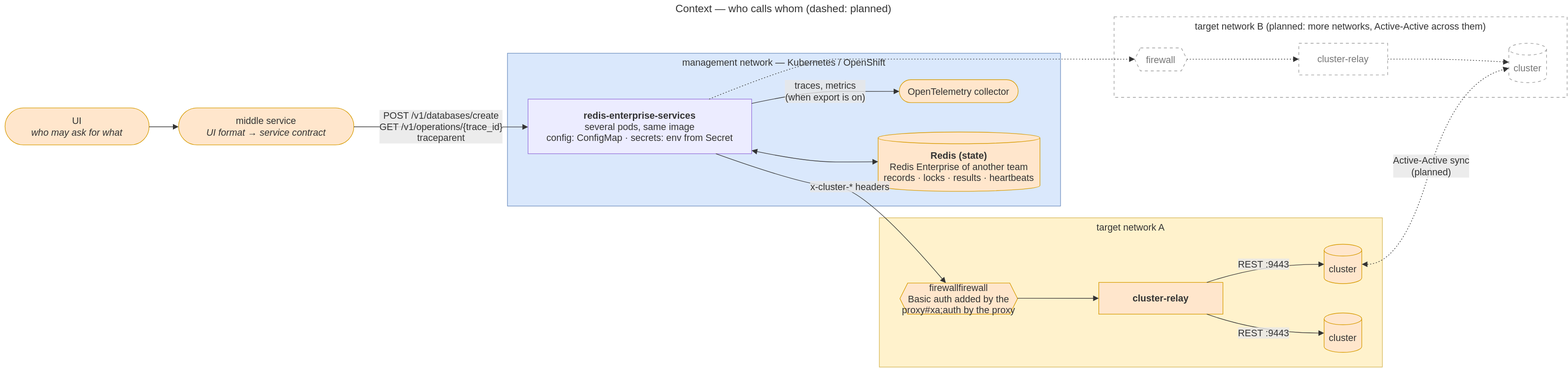
Above: docs/diagrams/02-context.drawio.svg in EliShteinman/redis-enterprise-services (draw.io), before the change. Source tidied: cells renumbered, new cells last; positions are measured from the earlier drawing's top-left corner, leaving out a move shared by most shapes.
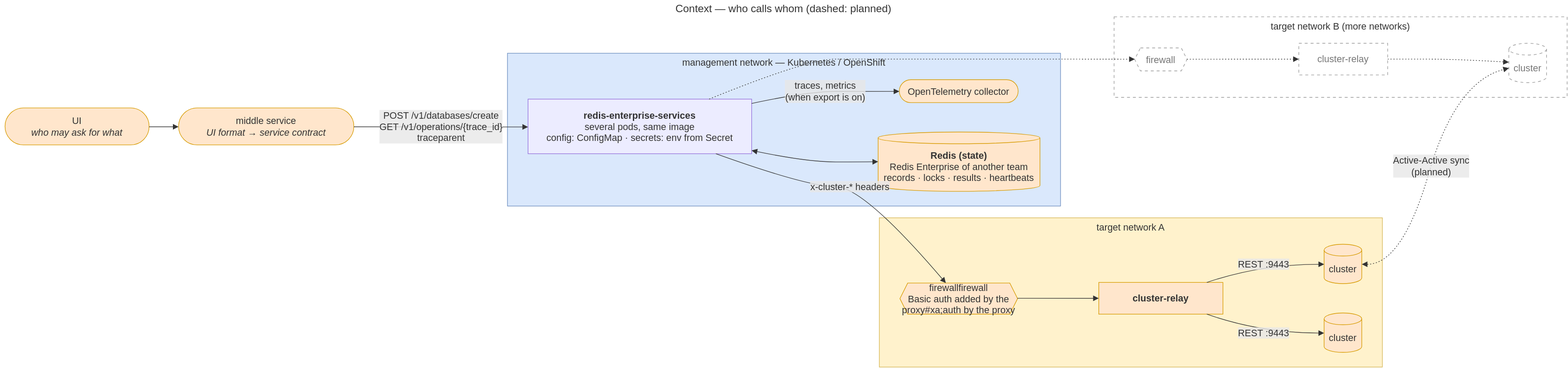
Later version of the same file.

Change to the diagram source:
```diff
@@ -62,7 +62,7 @@
         </Array>
       </mxGeometry>
     </mxCell>
-    <mxCell id="16" value="target network B (planned: more networks, Active-Active across them)" style="html=1;whiteSpace=wrap;strokeWidth=1;verticalAlign=top;fillColor=default;strokeColor=#999;fontColor=light-dark(#333333,#cccccc);fontFamily=Trebuchet MS,Verdana,Arial,sans-serif;fontSize=16;dashed=1;dashPattern=5 5;fixDash=1;" parent="1" vertex="1">
+    <mxCell id="16" value="target network B (more networks)" style="html=1;whiteSpace=wrap;strokeWidth=1;verticalAlign=top;fillColor=default;strokeColor=#999;fontColor=light-dark(#333333,#cccccc);fontFamily=Trebuchet MS,Verdana,Arial,sans-serif;fontSize=16;dashed=1;dashPattern=5 5;fixDash=1;" parent="1" vertex="1">
       <mxGeometry x="1893" y="28" width="770" height="137" as="geometry" />
     </mxCell>
     <mxCell id="17" value="firewall" style="html=1;shape=hexagon;perimeter=hexagonPerimeter2;fixedSize=1;size=9.75;strokeWidth=1;whiteSpace=wrap;fillColor=default;strokeColor=#999;fontColor=#777;fontFamily=Trebuchet MS,Verdana,Arial,sans-serif;fontSize=16;dashed=1;dashPattern=5 5;fixDash=1;" parent="16" vertex="1">
```
